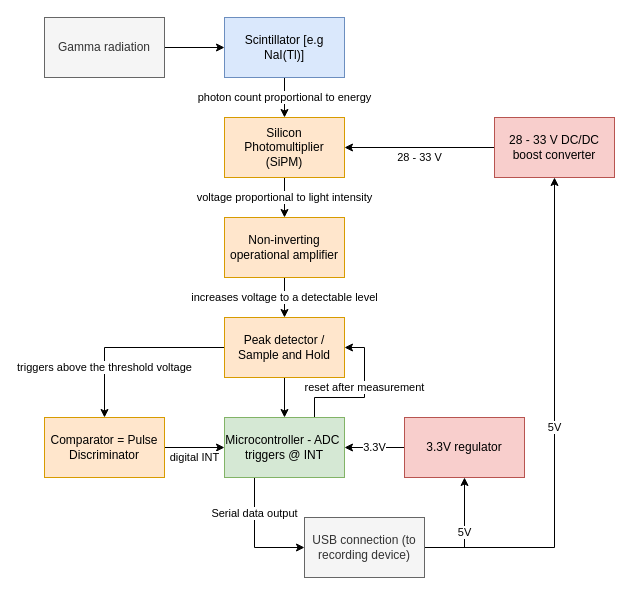
Before: docs/flow.drawio in OpenGammaProject/Open-Gamma-Detector, a draw.io diagram. Source tidied: cells renumbered, new cells numbered last; positions are measured from the earlier drawing's top-left corner, leaving out a move shared by most shapes. Both pictures are drawn from the tidied source at 100%, with x=0, y=0 at pixel (44, 17).
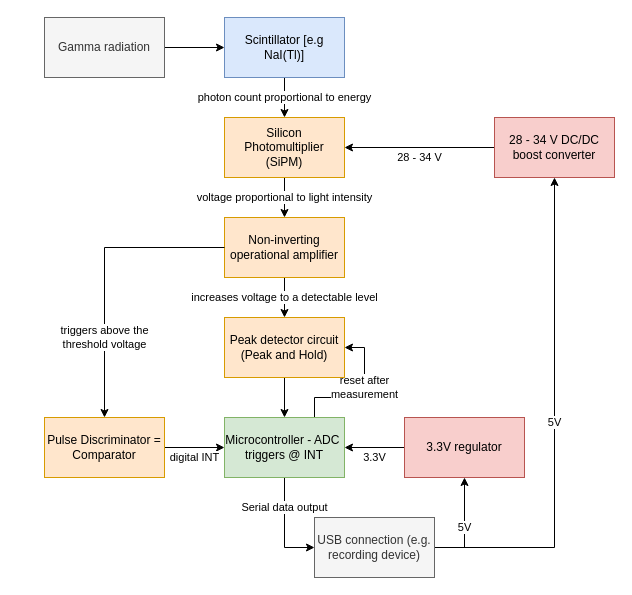
The same diagram, later.

The change refers to these unchanged cells:
```xml
<mxCell id="4" value="Microcontroller - ADC&amp;nbsp; triggers @ INT" style="rounded=0;whiteSpace=wrap;html=1;fillColor=#d5e8d4;strokeColor=#82b366;" parent="1" vertex="1">
  <mxGeometry x="180" y="400" width="120" height="60" as="geometry" />
</mxCell>
<mxCell id="6" value="Silicon Photomultiplier (SiPM)" style="rounded=0;whiteSpace=wrap;html=1;fillColor=#ffe6cc;strokeColor=#d79b00;" parent="1" vertex="1">
  <mxGeometry x="180" y="100" width="120" height="60" as="geometry" />
</mxCell>
<mxCell id="17" value="3.3V regulator" style="rounded=0;whiteSpace=wrap;html=1;fillColor=#f8cecc;strokeColor=#b85450;" parent="1" vertex="1">
  <mxGeometry x="360" y="400" width="120" height="60" as="geometry" />
</mxCell>
<mxCell id="19" value="Non-inverting operational amplifier" style="rounded=0;whiteSpace=wrap;html=1;fillColor=#ffe6cc;strokeColor=#d79b00;" parent="1" vertex="1">
  <mxGeometry x="180" y="200" width="120" height="60" as="geometry" />
</mxCell>
```

What changed in the source:
```diff
@@
-    <mxCell id="2" value="Serial data output" style="edgeStyle=orthogonalEdgeStyle;rounded=0;jettySize=auto;html=1;exitX=0.25;exitY=1;exitDx=0;exitDy=0;entryX=0;entryY=0.5;entryDx=0;entryDy=0;" parent="1" edge="1" source="4" target="15">
+    <mxCell id="2" value="Serial data output" style="edgeStyle=orthogonalEdgeStyle;rounded=0;jettySize=auto;html=1;exitX=0.5;exitY=1;exitDx=0;exitDy=0;entryX=0;entryY=0.5;entryDx=0;entryDy=0;" parent="1" edge="1" source="4" target="15">
       <mxGeometry x="-0.4" relative="1" as="geometry" />
     </mxCell>
-    <mxCell id="3" value="reset after measurement" style="edgeStyle=orthogonalEdgeStyle;rounded=0;jettySize=auto;html=1;exitX=0.75;exitY=0;exitDx=0;exitDy=0;entryX=1;entryY=0.5;entryDx=0;entryDy=0;" parent="1" edge="1" source="4" target="22">
+    <mxCell id="3" value="&lt;div&gt;reset after&lt;/div&gt;&lt;div&gt;measurement&lt;/div&gt;" style="edgeStyle=orthogonalEdgeStyle;rounded=0;jettySize=auto;html=1;exitX=0.75;exitY=0;exitDx=0;exitDy=0;entryX=1;entryY=0.5;entryDx=0;entryDy=0;" parent="1" edge="1" source="4" target="22">
       <mxGeometry x="0.14" relative="1" as="geometry" />
     </mxCell>
@@
-    <mxCell id="11" value="&lt;div&gt;28 - 33 V&lt;/div&gt;" style="edgeStyle=orthogonalEdgeStyle;rounded=0;jettySize=auto;html=1;" parent="1" edge="1" source="12" target="6">
+    <mxCell id="11" value="&lt;div&gt;28 - 34 V&lt;/div&gt;" style="edgeStyle=orthogonalEdgeStyle;rounded=0;jettySize=auto;html=1;" parent="1" edge="1" source="12" target="6">
       <mxGeometry y="10" relative="1" as="geometry" />
     </mxCell>
-    <mxCell id="12" value="&lt;div&gt;28 - 33 V DC/DC boost converter&lt;/div&gt;" style="rounded=0;whiteSpace=wrap;html=1;fillColor=#f8cecc;strokeColor=#b85450;" parent="1" vertex="1">
+    <mxCell id="12" value="&lt;div&gt;28 - 34 V DC/DC boost converter&lt;/div&gt;" style="rounded=0;whiteSpace=wrap;html=1;fillColor=#f8cecc;strokeColor=#b85450;" parent="1" vertex="1">
       <mxGeometry x="450" y="100" width="120" height="60" as="geometry" />
     </mxCell>
@@
-    <mxCell id="15" value="&lt;div&gt;USB connection (to recording device)&lt;/div&gt;" style="rounded=0;whiteSpace=wrap;html=1;fillColor=#f5f5f5;fontColor=#333333;strokeColor=#666666;" parent="1" vertex="1">
-      <mxGeometry x="260" y="500" width="120" height="60" as="geometry" />
+    <mxCell id="15" value="&lt;div&gt;USB connection (e.g. recording device)&lt;/div&gt;" style="rounded=0;whiteSpace=wrap;html=1;fillColor=#f5f5f5;fontColor=#333333;strokeColor=#666666;" parent="1" vertex="1">
+      <mxGeometry x="270" y="500" width="120" height="60" as="geometry" />
     </mxCell>
     <mxCell id="16" value="3.3V" style="edgeStyle=orthogonalEdgeStyle;rounded=0;jettySize=auto;html=1;" parent="1" edge="1" source="17" target="4">
-      <mxGeometry relative="1" as="geometry" />
+      <mxGeometry y="10" relative="1" as="geometry" />
     </mxCell>
@@
-    <mxCell id="21" value="&lt;div&gt;triggers above the threshold voltage&lt;/div&gt;" style="edgeStyle=orthogonalEdgeStyle;rounded=0;jettySize=auto;html=1;exitX=0;exitY=0.5;exitDx=0;exitDy=0;entryX=0.5;entryY=0;entryDx=0;entryDy=0;" parent="1" edge="1" source="22" target="24">
-      <mxGeometry x="0.47" relative="1" as="geometry" />
+    <mxCell id="21" value="&lt;div&gt;triggers above the&lt;/div&gt;&lt;div&gt;threshold voltage&lt;/div&gt;" style="edgeStyle=orthogonalEdgeStyle;rounded=0;jettySize=auto;html=1;exitX=0;exitY=0.5;exitDx=0;exitDy=0;entryX=0.5;entryY=0;entryDx=0;entryDy=0;" parent="1" edge="1" source="19" target="24">
+      <mxGeometry x="0.45" relative="1" as="geometry" />
     </mxCell>
-    <mxCell id="22" value="Peak detector / Sample and Hold" style="rounded=0;whiteSpace=wrap;html=1;fillColor=#ffe6cc;strokeColor=#d79b00;" parent="1" vertex="1">
+    <mxCell id="22" value="Peak detector circuit (Peak and Hold)" style="rounded=0;whiteSpace=wrap;html=1;fillColor=#ffe6cc;strokeColor=#d79b00;" parent="1" vertex="1">
       <mxGeometry x="180" y="300" width="120" height="60" as="geometry" />
     </mxCell>
@@
-    <mxCell id="24" value="Comparator = Pulse Discriminator" style="rounded=0;whiteSpace=wrap;html=1;fillColor=#ffe6cc;strokeColor=#d79b00;" parent="1" vertex="1">
+    <mxCell id="24" value="Pulse Discriminator = Comparator " style="rounded=0;whiteSpace=wrap;html=1;fillColor=#ffe6cc;strokeColor=#d79b00;" parent="1" vertex="1">
       <mxGeometry y="400" width="120" height="60" as="geometry" />
     </mxCell>
```
